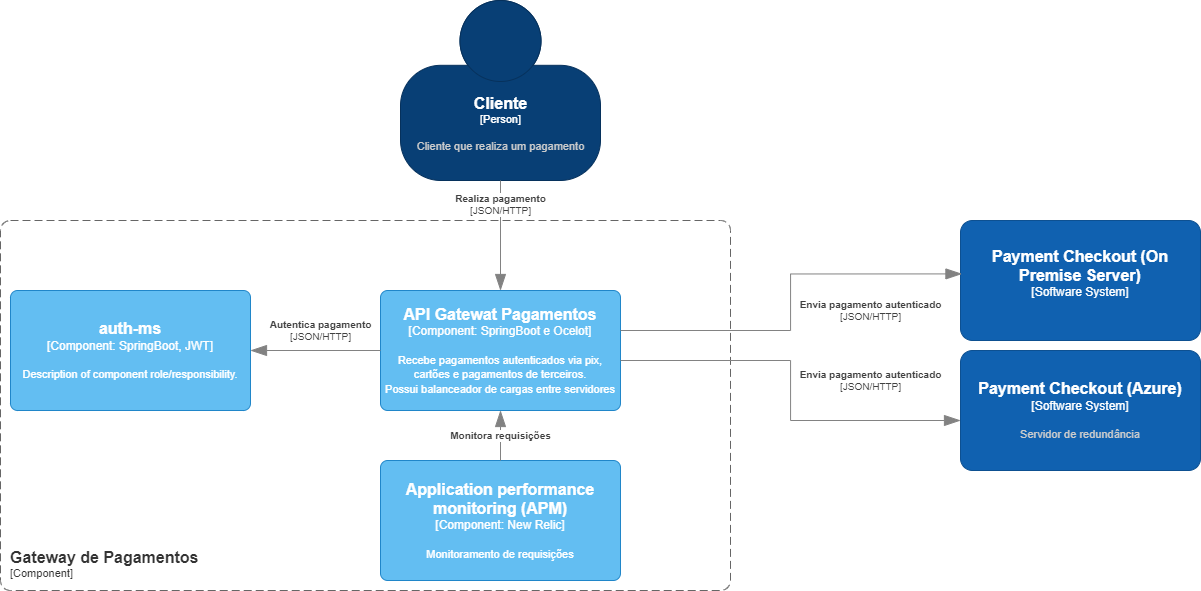
Earlier version of the draw.io export Container Gateway Pagamentos.drawio.png (felipesalvadordev/payment-system-architecture-C4). Source tidied: cells renumbered, new cells last; positions are measured from the earlier drawing's top-left corner, leaving out a move shared by most shapes.
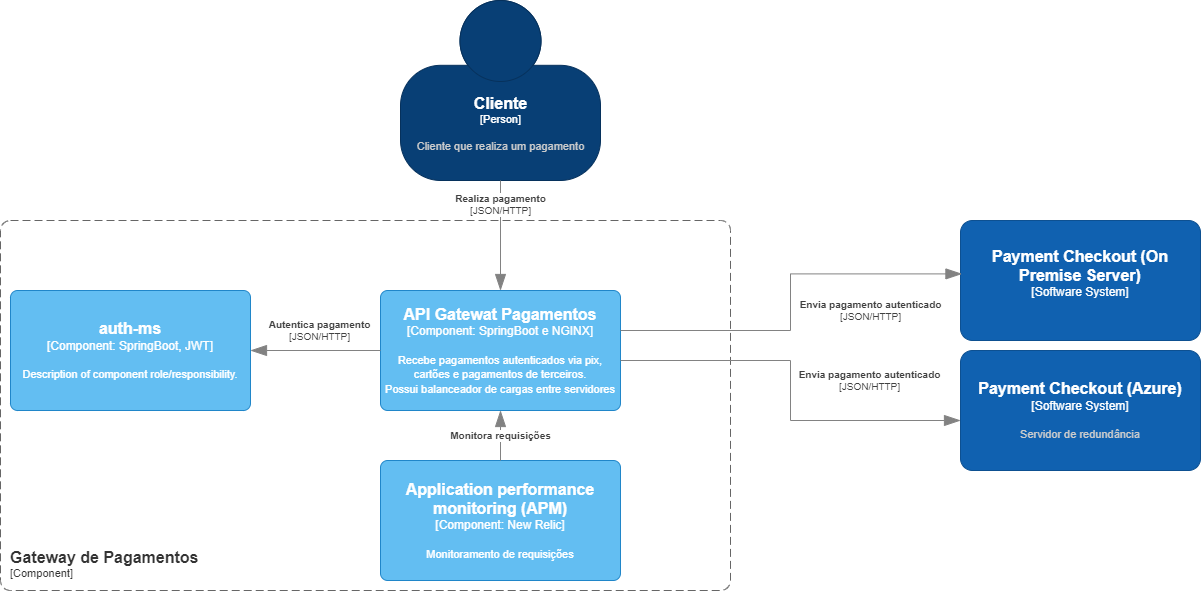
Later version of the same file.

The edit, as a diff of the source:
```diff
@@ -32,7 +32,7 @@
         <mxGeometry relative="1" as="geometry" />
       </mxCell>
     </object>
-    <object id="8" label="&lt;font style=&quot;font-size: 16px&quot;&gt;&lt;b&gt;%c4Name%&lt;/b&gt;&lt;/font&gt;&lt;div&gt;[%c4Type%: %c4Technology%]&lt;/div&gt;&lt;br&gt;&lt;div&gt;&lt;font style=&quot;font-size: 11px&quot;&gt;%c4Description%&lt;/font&gt;&lt;/div&gt;" c4Description="Recebe pagamentos autenticados via pix, cartões e pagamentos de terceiros.&#10;Possui balanceador de cargas entre servidores" c4Name="API Gatewat Pagamentos" c4Technology="SpringBoot e Ocelot" c4Type="Component" placeholders="1">
+    <object id="8" label="&lt;font style=&quot;font-size: 16px&quot;&gt;&lt;b&gt;%c4Name%&lt;/b&gt;&lt;/font&gt;&lt;div&gt;[%c4Type%: %c4Technology%]&lt;/div&gt;&lt;br&gt;&lt;div&gt;&lt;font style=&quot;font-size: 11px&quot;&gt;%c4Description%&lt;/font&gt;&lt;/div&gt;" c4Description="Recebe pagamentos autenticados via pix, cartões e pagamentos de terceiros.&#10;Possui balanceador de cargas entre servidores" c4Name="API Gatewat Pagamentos" c4Technology="SpringBoot e NGINX" c4Type="Component" placeholders="1">
       <mxCell style="rounded=1;whiteSpace=wrap;html=1;labelBackgroundColor=none;fillColor=#63BEF2;fontColor=#ffffff;align=center;arcSize=6;strokeColor=#2086C9;points=[[0.25,0,0],[0.5,0,0],[0.75,0,0],[1,0.25,0],[1,0.5,0],[1,0.75,0],[0.75,1,0],[0.5,1,0],[0.25,1,0],[0,0.75,0],[0,0.5,0],[0,0.25,0]];" parent="1" vertex="1">
         <mxGeometry x="380" y="290" width="240" height="120" as="geometry" />
       </mxCell>
```
